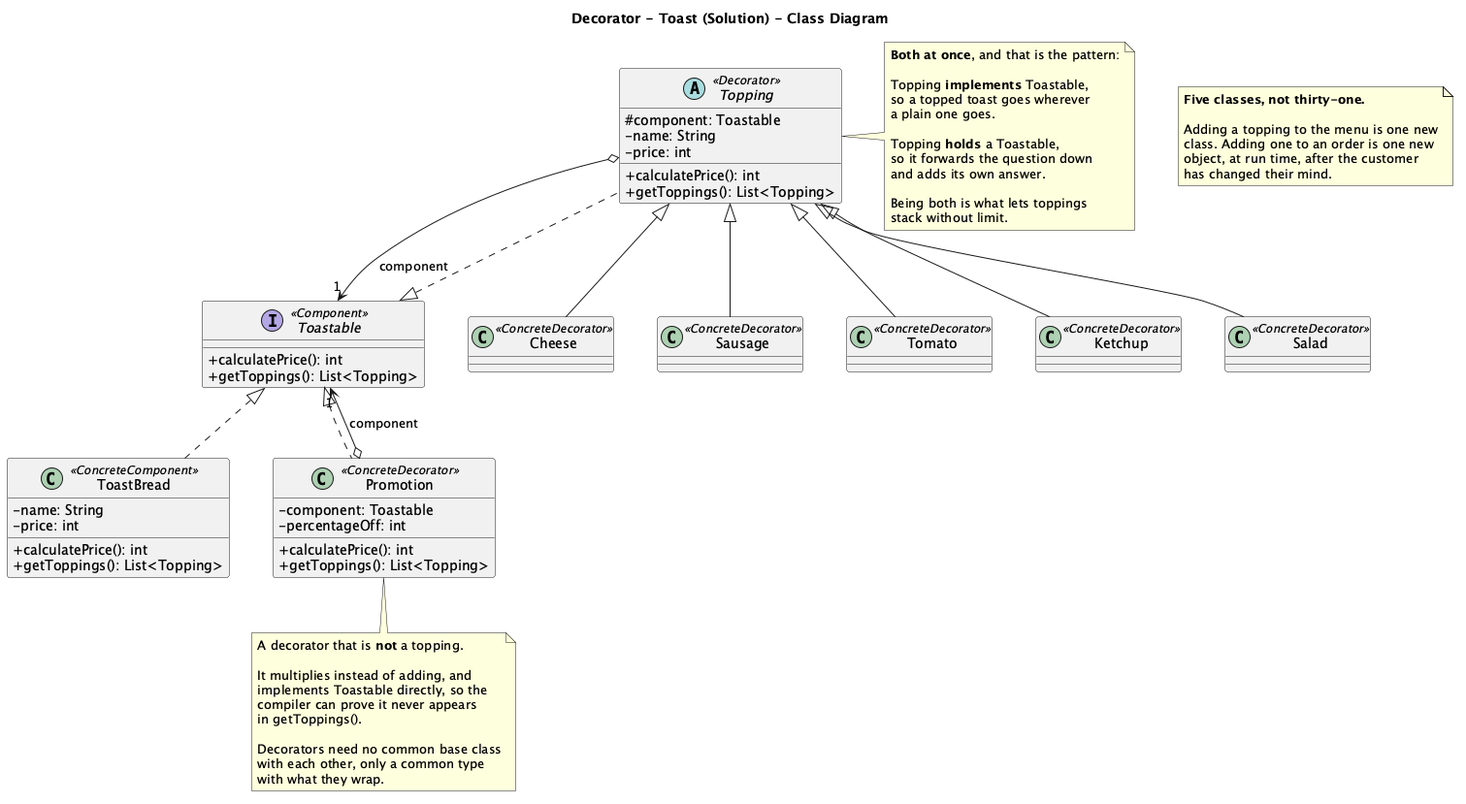
kaldiroglu/DesignPatternsWithJava keeps this PlantUML diagram as src/main/java/dev/kaldiroglu/dp/structural/decorator/toast/solution/uml/decorator-toast-solution-class-diagram.png. Above is the earlier version. Its source is kept beside it as src/main/java/dev/kaldiroglu/dp/structural/decorator/toast/solution/uml/decorator-toast-solution-class-diagram.puml. Source of this version:
```plantuml
@startuml
title Decorator - Toast (Solution) - Class Diagram

skinparam classAttributeIconSize 0
skinparam nodesep 45
skinparam ranksep 55

interface Toastable <<Component>> {
  +calculatePrice(): int
  +getToppings(): List<Topping>
}

class ToastBread <<ConcreteComponent>> {
  -name: String
  -price: int
  +calculatePrice(): int
  +getToppings(): List<Topping>
}

abstract class Topping <<Decorator>> {
  #component: Toastable
  -name: String
  -price: int
  +calculatePrice(): int
  +getToppings(): List<Topping>
}

class Cheese <<ConcreteDecorator>>
class Sausage <<ConcreteDecorator>>
class Tomato <<ConcreteDecorator>>
class Ketchup <<ConcreteDecorator>>
class Salad <<ConcreteDecorator>>

class Promotion <<ConcreteDecorator>> {
  -component: Toastable
  -percentageOff: int
  +calculatePrice(): int
  +getToppings(): List<Topping>
}

Toastable <|.. ToastBread
Toastable <|.. Topping
Toastable <|.. Promotion
Topping o--> "1" Toastable : component
Promotion o--> "1" Toastable : component

Topping <|-- Cheese
Topping <|-- Sausage
Topping <|-- Tomato
Topping <|-- Ketchup
Topping <|-- Salad

note right of Topping
  **Both at once**, and that is the pattern:

  Topping **implements** Toastable,
  so a topped toast goes wherever
  a plain one goes.

  Topping **holds** a Toastable,
  so it forwards the question down
  and adds its own answer.

  Being both is what lets toppings
  stack without limit.
end note

note bottom of Promotion
  A decorator that is **not** a topping.

  It multiplies instead of adding, and
  implements Toastable directly, so the
  compiler can prove it never appears
  in getToppings().

  Decorators need no common base class
  with each other, only a common type
  with what they wrap.
end note

note as N1
  **Five classes, not thirty-one.**

  Adding a topping to the menu is one new
  class. Adding one to an order is one new
  object, at run time, after the customer
  has changed their mind.
end note

@enduml
```
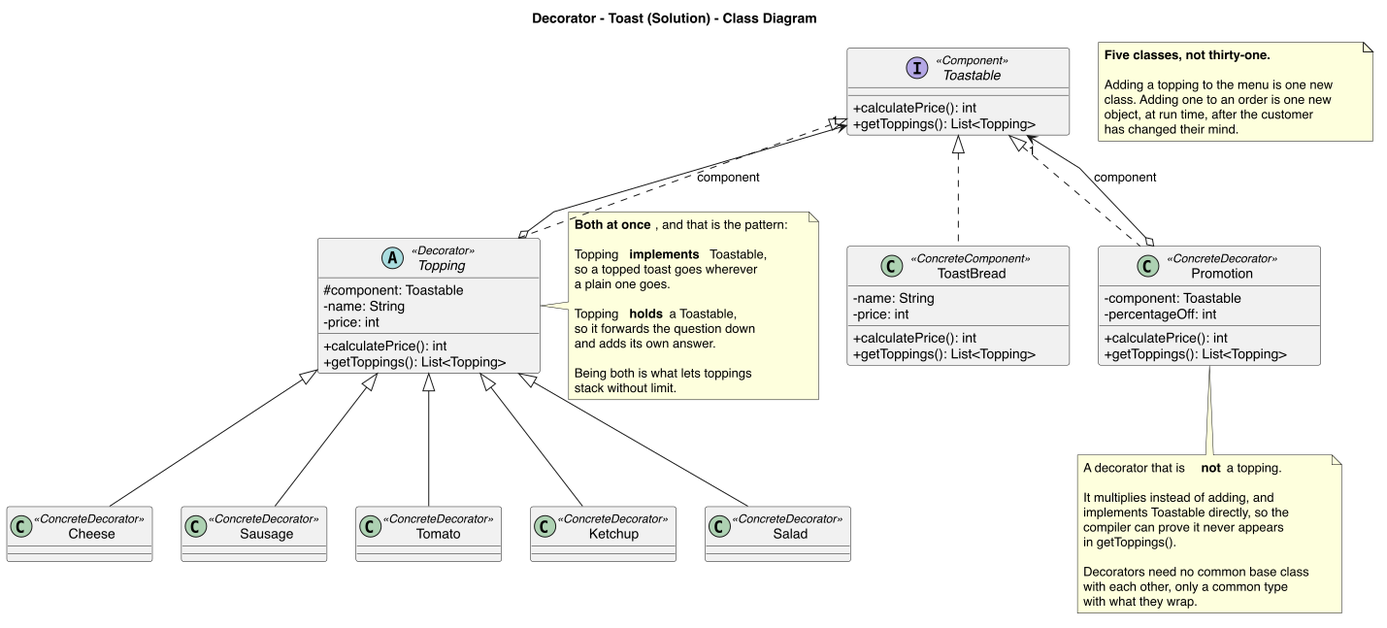
The same file after the commit.

What changed in the source:
```diff
@@ -1,8 +1,9 @@
 @startuml
+skinparam linetype polyline
+skinparam nodesep 30
 title Decorator - Toast (Solution) - Class Diagram
 
 skinparam classAttributeIconSize 0
-skinparam nodesep 45
 skinparam ranksep 55
 
 interface Toastable <<Component>> {
@@ -41,8 +42,6 @@
 Toastable <|.. ToastBread
 Toastable <|.. Topping
 Toastable <|.. Promotion
-Topping o--> "1" Toastable : component
-Promotion o--> "1" Toastable : component
 
 Topping <|-- Cheese
 Topping <|-- Sausage
@@ -87,4 +86,6 @@
   has changed their mind.
 end note
 
+Topping o-[norank]-> "1" Toastable : component
+Promotion o-[norank]-> "1" Toastable : component
 @enduml
```
